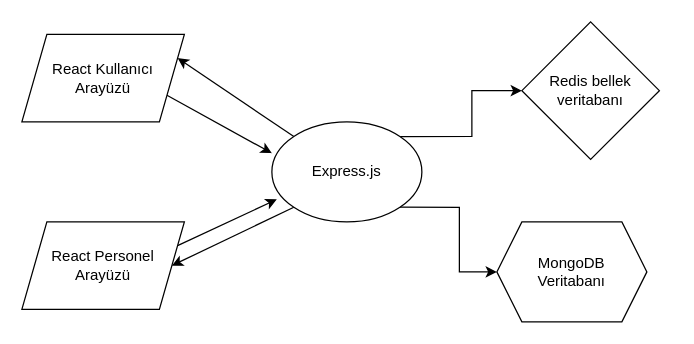
gurbetpolat/cargo-backend keeps this draw.io diagram as general-schema.drawio. Above is the earlier version. Source tidied: cells renumbered, new cells numbered last; positions are measured from the earlier drawing's top-left corner, leaving out a move shared by most shapes. Both pictures are drawn from the tidied source at 125%, with x=0, y=0 at pixel (21, 21).
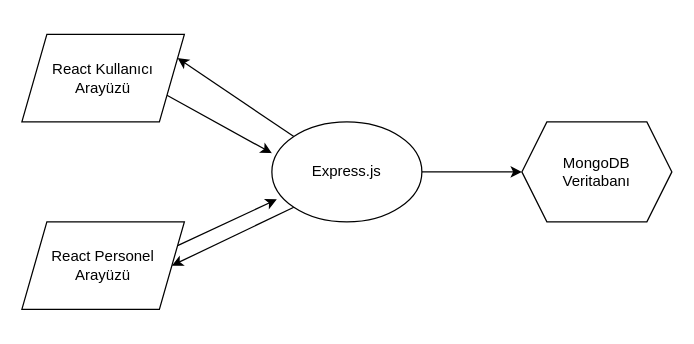
The same page after the edit.

The edit, as a diff of the source:
```diff
@@
 <mxGraphModel>
   <root>
     <mxCell id="0" />
     <mxCell id="1" parent="0" />
     <mxCell id="2" style="rounded=0;jettySize=auto;html=1;exitX=1;exitY=0.75;exitDx=0;exitDy=0;entryX=0;entryY=0.313;entryDx=0;entryDy=0;entryPerimeter=0;" parent="1" edge="1" source="3" target="10">
       <mxGeometry relative="1" as="geometry" />
     </mxCell>
     <mxCell id="3" value="React Kullanıcı &lt;br&gt;Arayüzü" style="shape=parallelogram;perimeter=parallelogramPerimeter;whiteSpace=wrap;html=1;fixedSize=1;" parent="1" vertex="1">
       <mxGeometry y="10" width="130" height="70" as="geometry" />
     </mxCell>
     <mxCell id="4" style="rounded=0;jettySize=auto;html=1;exitX=1;exitY=0.25;exitDx=0;exitDy=0;entryX=0.033;entryY=0.775;entryDx=0;entryDy=0;entryPerimeter=0;" parent="1" edge="1" source="5" target="10">
       <mxGeometry relative="1" as="geometry" />
     </mxCell>
     <mxCell id="5" value="React Personel Arayüzü" style="shape=parallelogram;perimeter=parallelogramPerimeter;whiteSpace=wrap;html=1;fixedSize=1;" parent="1" vertex="1">
       <mxGeometry y="160" width="130" height="70" as="geometry" />
     </mxCell>
     <mxCell id="6" style="rounded=0;jettySize=auto;html=1;exitX=0;exitY=0;exitDx=0;exitDy=0;entryX=1;entryY=0.25;entryDx=0;entryDy=0;" parent="1" edge="1" source="10" target="3">
       <mxGeometry relative="1" as="geometry" />
     </mxCell>
     <mxCell id="7" style="rounded=0;jettySize=auto;html=1;exitX=0;exitY=1;exitDx=0;exitDy=0;entryX=1;entryY=0.5;entryDx=0;entryDy=0;" parent="1" edge="1" source="10" target="5">
       <mxGeometry relative="1" as="geometry" />
     </mxCell>
-    <mxCell id="8" style="edgeStyle=orthogonalEdgeStyle;rounded=0;jettySize=auto;html=1;exitX=1;exitY=0;exitDx=0;exitDy=0;" parent="1" edge="1" source="10" target="11">
-      <mxGeometry relative="1" as="geometry" />
-    </mxCell>
-    <mxCell id="9" style="edgeStyle=orthogonalEdgeStyle;rounded=0;jettySize=auto;html=1;exitX=1;exitY=1;exitDx=0;exitDy=0;entryX=0;entryY=0.5;entryDx=0;entryDy=0;" parent="1" edge="1" source="10" target="12">
+    <mxCell id="9" style="edgeStyle=none;html=1;exitX=1;exitY=0.5;exitDx=0;exitDy=0;entryX=0;entryY=0.5;entryDx=0;entryDy=0;" parent="1" edge="1" source="10" target="12">
       <mxGeometry relative="1" as="geometry" />
     </mxCell>
     <mxCell id="10" value="Express.js" style="ellipse;whiteSpace=wrap;html=1;" parent="1" vertex="1">
       <mxGeometry x="200" y="80" width="120" height="80" as="geometry" />
     </mxCell>
-    <mxCell id="11" value="Redis bellek veritabanı" style="rhombus;whiteSpace=wrap;html=1;" parent="1" vertex="1">
-      <mxGeometry x="400" width="110" height="110" as="geometry" />
-    </mxCell>
     <mxCell id="12" value="MongoDB&lt;br&gt;Veritabanı" style="shape=hexagon;perimeter=hexagonPerimeter2;whiteSpace=wrap;html=1;fixedSize=1;" parent="1" vertex="1">
-      <mxGeometry x="380" y="160" width="120" height="80" as="geometry" />
+      <mxGeometry x="400" y="80" width="120" height="80" as="geometry" />
     </mxCell>
   </root>
 </mxGraphModel>
```
